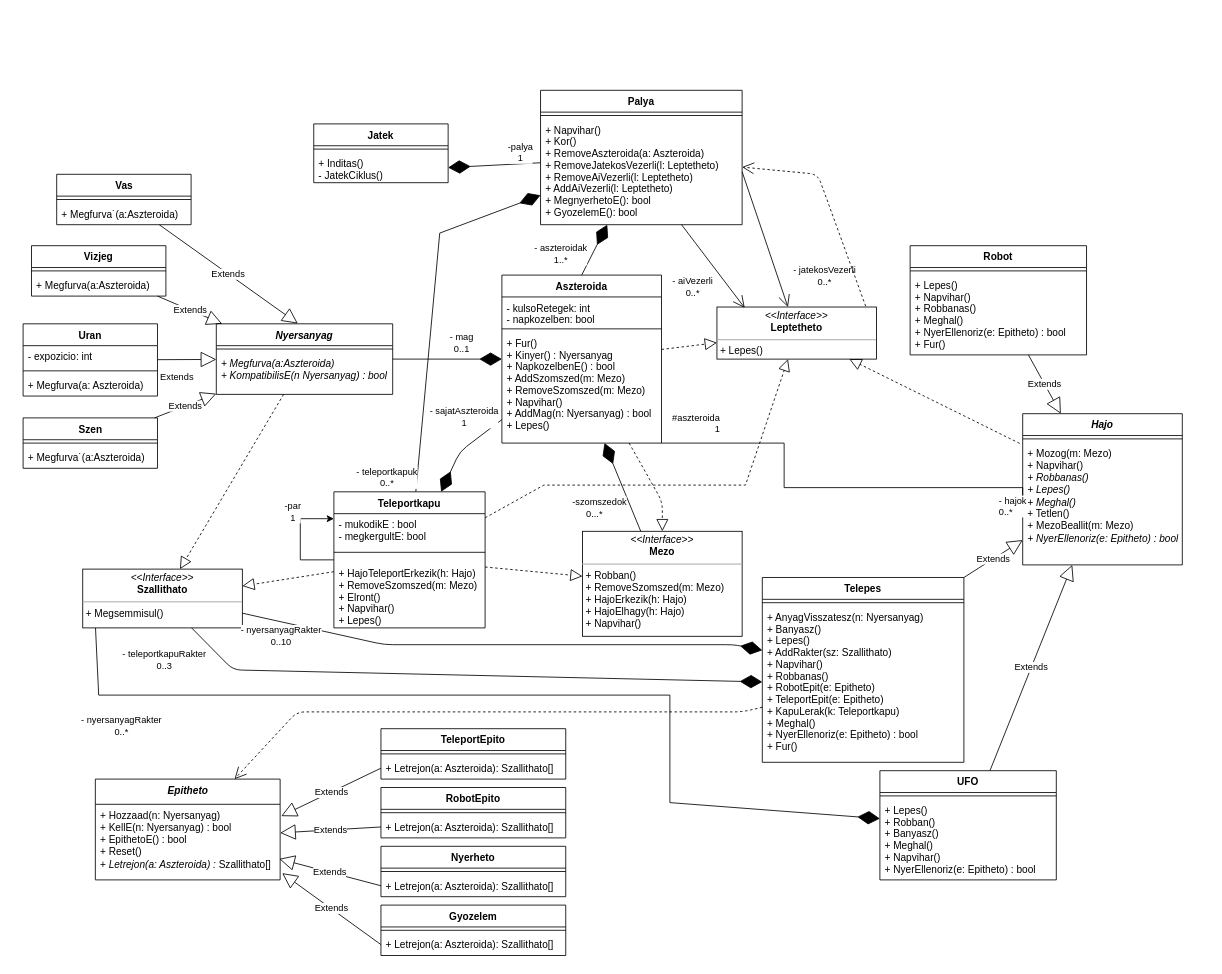
torpeBoiGo/aszteroidabanyaszat keeps this draw.io diagram as doc/class.drawio. Above is the earlier version. Source tidied: cells renumbered, new cells numbered last; positions are measured from the earlier drawing's top-left corner, leaving out a move shared by most shapes. Both pictures are drawn from the tidied source at 84%, with x=0, y=0 at pixel (23, 90).
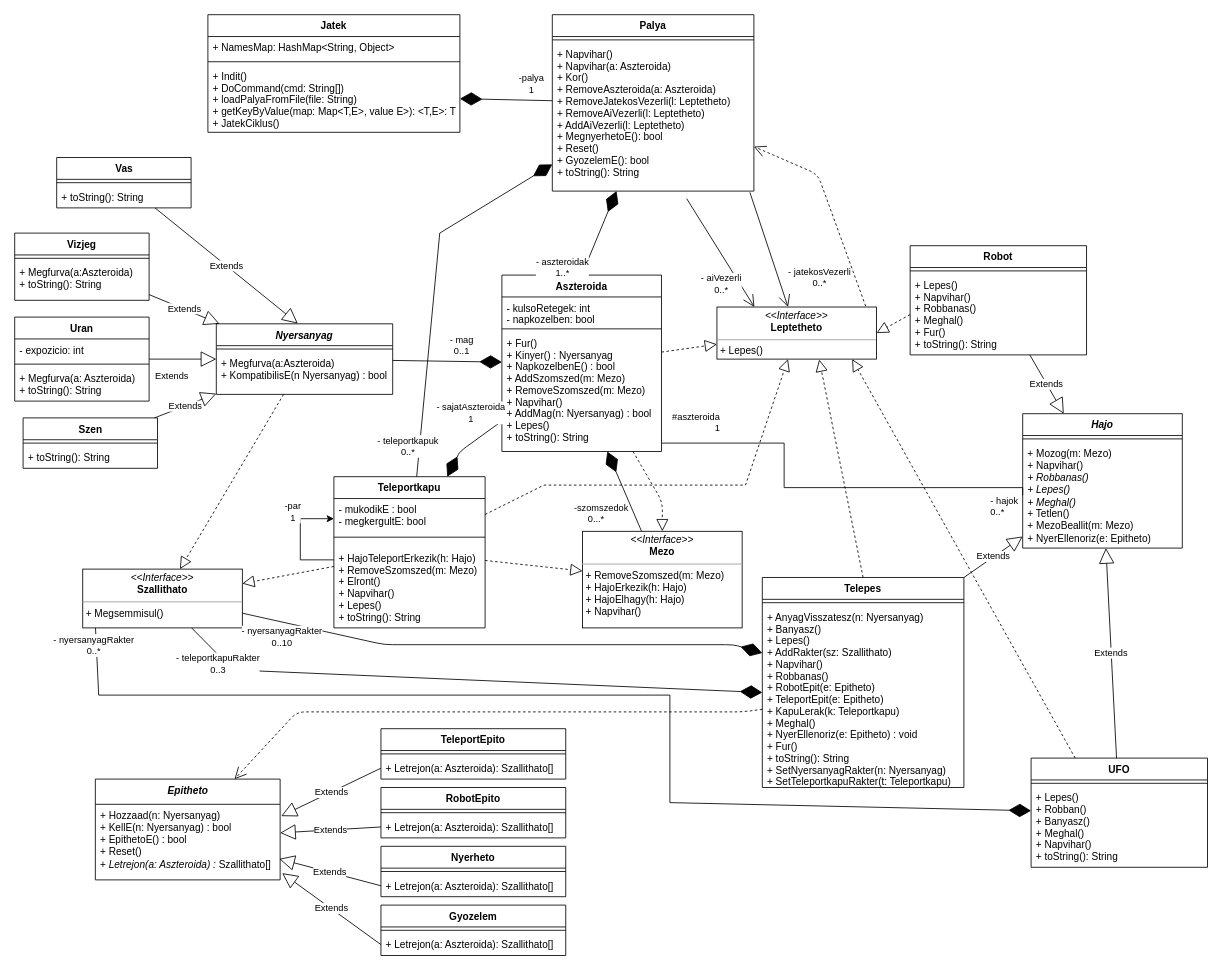
Above is the later version.

Commit message:
Update class.drawio: jatek update, nyerellenoriz void, leptethetot nem hajo valositja meg

The change refers to these unchanged cells:
```xml
<mxCell id="8" value="&lt;p style=&quot;margin: 0px ; margin-top: 4px ; text-align: center&quot;&gt;&lt;i&gt;&amp;lt;&amp;lt;Interface&amp;gt;&amp;gt;&lt;/i&gt;&lt;br&gt;&lt;b&gt;Leptetheto&lt;/b&gt;&lt;/p&gt;&lt;hr size=&quot;1&quot;&gt;&lt;p style=&quot;margin: 0px ; margin-left: 4px&quot;&gt;+ Lepes()&lt;/p&gt;" style="verticalAlign=top;align=left;overflow=fill;fontSize=12;fontFamily=Helvetica;html=1;" parent="1" vertex="1">
  <mxGeometry x="826" y="258" width="190" height="62" as="geometry" />
</mxCell>
<mxCell id="13" value="Robot" style="swimlane;fontStyle=1;align=center;verticalAlign=top;horizontal=1;startSize=26;" parent="1" vertex="1">
  <mxGeometry x="1056" y="185" width="210" height="130" as="geometry" />
</mxCell>
<mxCell id="22" value="Nyersanyag" style="swimlane;fontStyle=3;align=center;verticalAlign=top;horizontal=1;startSize=26;" parent="1" vertex="1">
  <mxGeometry x="230" y="278" width="210" height="84" as="geometry" />
</mxCell>
<mxCell id="46" style="endArrow=diamondThin;endFill=1;endSize=24;html=1;exitX=0.5;exitY=0;exitDx=0;exitDy=0;" parent="1" edge="1" source="9" target="5">
  <mxGeometry relative="1" as="geometry" />
</mxCell>
<mxCell id="48" style="endArrow=none;html=1;edgeStyle=orthogonalEdgeStyle;entryX=0;entryY=0.5;entryDx=0;entryDy=0;rounded=0;" parent="1" edge="1" source="9" target="21">
  <mxGeometry relative="1" as="geometry">
    <Array as="points">
      <mxPoint x="906" y="420" />
      <mxPoint x="906" y="473" />
    </Array>
  </mxGeometry>
</mxCell>
<mxCell id="51" value="Szen" style="swimlane;fontStyle=1;align=center;verticalAlign=top;horizontal=1;startSize=26;html=1;" parent="1" vertex="1">
  <mxGeometry y="390" width="160" height="60" as="geometry" />
</mxCell>
<mxCell id="92" style="endArrow=diamondThin;endFill=1;endSize=24;html=1;" parent="1" edge="1" source="30" target="18">
  <mxGeometry relative="1" as="geometry">
    <Array as="points">
      <mxPoint x="250" y="690" />
    </Array>
  </mxGeometry>
</mxCell>
<mxCell id="102" style="endArrow=diamondThin;endFill=1;endSize=24;html=1;rounded=0;exitX=0.08;exitY=1.002;exitDx=0;exitDy=0;exitPerimeter=0;" parent="1" edge="1" source="30" target="98">
  <mxGeometry relative="1" as="geometry">
    <Array as="points">
      <mxPoint x="90" y="720" />
      <mxPoint x="770" y="720" />
      <mxPoint x="770" y="848" />
    </Array>
  </mxGeometry>
</mxCell>
<mxCell id="104" style="endArrow=diamondThin;endFill=1;endSize=24;html=1;rounded=0;" parent="1" edge="1" source="25" target="5">
  <mxGeometry relative="1" as="geometry">
    <Array as="points">
      <mxPoint x="496" y="170" />
    </Array>
  </mxGeometry>
</mxCell>
```

Change to the diagram source:
```diff
@@
     <mxCell id="2" value="Jatek" style="swimlane;fontStyle=1;align=center;verticalAlign=top;horizontal=1;startSize=26;" parent="1" vertex="1">
-      <mxGeometry x="346" y="40" width="160" height="70" as="geometry" />
+      <mxGeometry x="220" y="-90" width="300" height="140" as="geometry" />
     </mxCell>
+    <mxCell id="108" value="+ NamesMap: HashMap&lt;String, Object&gt;" style="text;strokeColor=none;fillColor=none;align=left;verticalAlign=top;spacingLeft=4;spacingRight=4;overflow=hidden;" parent="2" vertex="1">
+      <mxGeometry y="26" width="300" height="26" as="geometry" />
+    </mxCell>
     <mxCell id="3" style="line;strokeWidth=1;fillColor=none;align=left;verticalAlign=middle;spacingTop=-1;spacingLeft=3;spacingRight=3;labelPosition=right;" parent="2" vertex="1">
-      <mxGeometry y="26" width="160" height="8" as="geometry" />
+      <mxGeometry y="52" width="300" height="8" as="geometry" />
     </mxCell>
-    <mxCell id="4" value="+ Inditas()&#10;- JatekCiklus()" style="text;strokeColor=none;fillColor=none;align=left;verticalAlign=top;spacingLeft=4;spacingRight=4;overflow=hidden;points=[[0,0.5],[1,0.5]];portConstraint=eastwest;" parent="2" vertex="1">
-      <mxGeometry y="34" width="160" height="36" as="geometry" />
+    <mxCell id="4" value="+ Indit()&#10;+ DoCommand(cmd: String[])&#10;+ loadPalyaFromFile(file: String)&#10;+ getKeyByValue(map: Map&lt;T,E&gt;, value E&gt;): &lt;T,E&gt;: T &#10;+ JatekCiklus()" style="text;strokeColor=none;fillColor=none;align=left;verticalAlign=top;spacingLeft=4;spacingRight=4;overflow=hidden;points=[[0,0.5],[1,0.5]];portConstraint=eastwest;" parent="2" vertex="1">
+      <mxGeometry y="60" width="300" height="80" as="geometry" />
     </mxCell>
     <mxCell id="5" value="Palya" style="swimlane;fontStyle=1;align=center;verticalAlign=top;horizontal=1;startSize=26;" parent="1" vertex="1">
-      <mxGeometry x="616" width="240" height="160" as="geometry" />
+      <mxGeometry x="630" y="-90" width="240" height="210" as="geometry" />
     </mxCell>
@@
-    <mxCell id="7" value="+ Napvihar()&#10;+ Kor()&#10;+ RemoveAszteroida(a: Aszteroida)&#10;+ RemoveJatekosVezerli(l: Leptetheto)&#10;+ RemoveAiVezerli(l: Leptetheto)&#10;+ AddAiVezerli(l: Leptetheto)&#10;+ MegnyerhetoE(): bool&#10;+ GyozelemE(): bool&#10;" style="text;strokeColor=none;fillColor=none;align=left;verticalAlign=top;spacingLeft=4;spacingRight=4;overflow=hidden;points=[[0,0.5],[1,0.5]];portConstraint=eastwest;" parent="5" vertex="1">
-      <mxGeometry y="34" width="240" height="126" as="geometry" />
+    <mxCell id="7" value="+ Napvihar()&#10;+ Napvihar(a: Aszteroida)&#10;+ Kor()&#10;+ RemoveAszteroida(a: Aszteroida)&#10;+ RemoveJatekosVezerli(l: Leptetheto)&#10;+ RemoveAiVezerli(l: Leptetheto)&#10;+ AddAiVezerli(l: Leptetheto)&#10;+ MegnyerhetoE(): bool&#10;+ Reset()&#10;+ GyozelemE(): bool&#10;+ toString(): String&#10;" style="text;strokeColor=none;fillColor=none;align=left;verticalAlign=top;spacingLeft=4;spacingRight=4;overflow=hidden;points=[[0,0.5],[1,0.5]];portConstraint=eastwest;" parent="5" vertex="1">
+      <mxGeometry y="34" width="240" height="176" as="geometry" />
     </mxCell>
@@
     <mxCell id="9" value="Aszteroida" style="swimlane;fontStyle=1;align=center;verticalAlign=top;horizontal=1;startSize=26;" parent="1" vertex="1">
-      <mxGeometry x="570" y="220" width="190" height="200" as="geometry" />
+      <mxGeometry x="570" y="220" width="190" height="210" as="geometry" />
     </mxCell>
@@
-    <mxCell id="12" value="+ Fur()&#10;+ Kinyer() : Nyersanyag&#10;+ NapkozelbenE() : bool&#10;+ AddSzomszed(m: Mezo)&#10;+ RemoveSzomszed(m: Mezo)&#10;+ Napvihar()&#10;+ AddMag(n: Nyersanyag) : bool&#10;+ Lepes()" style="text;strokeColor=none;fillColor=none;align=left;verticalAlign=top;spacingLeft=4;spacingRight=4;overflow=hidden;points=[[0,0.5],[1,0.5]];portConstraint=eastwest;" parent="9" vertex="1">
-      <mxGeometry y="68" width="190" height="132" as="geometry" />
+    <mxCell id="12" value="+ Fur()&#10;+ Kinyer() : Nyersanyag&#10;+ NapkozelbenE() : bool&#10;+ AddSzomszed(m: Mezo)&#10;+ RemoveSzomszed(m: Mezo)&#10;+ Napvihar()&#10;+ AddMag(n: Nyersanyag) : bool&#10;+ Lepes()&#10;+ toString(): String" style="text;strokeColor=none;fillColor=none;align=left;verticalAlign=top;spacingLeft=4;spacingRight=4;overflow=hidden;points=[[0,0.5],[1,0.5]];portConstraint=eastwest;" parent="9" vertex="1">
+      <mxGeometry y="68" width="190" height="142" as="geometry" />
     </mxCell>
@@
-    <mxCell id="15" value="+ Lepes()&#10;+ Napvihar()&#10;+ Robbanas()&#10;+ Meghal()&#10;+ NyerEllenoriz(e: Epitheto) : bool&#10;+ Fur()" style="text;strokeColor=none;fillColor=none;align=left;verticalAlign=top;spacingLeft=4;spacingRight=4;overflow=hidden;points=[[0,0.5],[1,0.5]];portConstraint=eastwest;fontStyle=0;" parent="13" vertex="1">
+    <mxCell id="15" value="+ Lepes()&#10;+ Napvihar()&#10;+ Robbanas()&#10;+ Meghal()&#10;+ Fur()&#10;+ toString(): String" style="text;strokeColor=none;fillColor=none;align=left;verticalAlign=top;spacingLeft=4;spacingRight=4;overflow=hidden;points=[[0,0.5],[1,0.5]];portConstraint=eastwest;fontStyle=0;" parent="13" vertex="1">
       <mxGeometry y="34" width="210" height="96" as="geometry" />
     </mxCell>
     <mxCell id="16" value="Telepes" style="swimlane;fontStyle=1;align=center;verticalAlign=top;horizontal=1;startSize=26;" parent="1" vertex="1">
-      <mxGeometry x="880" y="580" width="240" height="220" as="geometry" />
+      <mxGeometry x="880" y="580" width="240" height="250" as="geometry" />
     </mxCell>
@@
-    <mxCell id="18" value="+ AnyagVisszatesz(n: Nyersanyag)&#10;+ Banyasz()&#10;+ Lepes()&#10;+ AddRakter(sz: Szallithato)&#10;+ Napvihar()&#10;+ Robbanas()&#10;+ RobotEpit(e: Epitheto)&#10;+ TeleportEpit(e: Epitheto)&#10;+ KapuLerak(k: Teleportkapu)&#10;+ Meghal()&#10;+ NyerEllenoriz(e: Epitheto) : bool&#10;+ Fur()" style="text;strokeColor=none;fillColor=none;align=left;verticalAlign=top;spacingLeft=4;spacingRight=4;overflow=hidden;points=[[0,0.5],[1,0.5]];portConstraint=eastwest;fontStyle=0;" parent="16" vertex="1">
-      <mxGeometry y="34" width="240" height="186" as="geometry" />
+    <mxCell id="18" value="+ AnyagVisszatesz(n: Nyersanyag)&#10;+ Banyasz()&#10;+ Lepes()&#10;+ AddRakter(sz: Szallithato)&#10;+ Napvihar()&#10;+ Robbanas()&#10;+ RobotEpit(e: Epitheto)&#10;+ TeleportEpit(e: Epitheto)&#10;+ KapuLerak(k: Teleportkapu)&#10;+ Meghal()&#10;+ NyerEllenoriz(e: Epitheto) : void&#10;+ Fur()&#10;+ toString(): String&#10;+ SetNyersanyagRakter(n: Nyersanyag)&#10;+ SetTeleportkapuRakter(t: Teleportkapu)" style="text;strokeColor=none;fillColor=none;align=left;verticalAlign=top;spacingLeft=4;spacingRight=4;overflow=hidden;points=[[0,0.5],[1,0.5]];portConstraint=eastwest;fontStyle=0;" parent="16" vertex="1">
+      <mxGeometry y="34" width="240" height="216" as="geometry" />
     </mxCell>
     <mxCell id="19" value="Hajo" style="swimlane;fontStyle=3;align=center;verticalAlign=top;horizontal=1;startSize=26;" parent="1" vertex="1">
-      <mxGeometry x="1190" y="385" width="190" height="180" as="geometry" />
+      <mxGeometry x="1190" y="385" width="190" height="160" as="geometry" />
     </mxCell>
@@
-    <mxCell id="21" value="+ Mozog(m: Mezo)&lt;br&gt;+ Napvihar()&lt;br&gt;&lt;i&gt;+ Robbanas()&lt;br&gt;+ Lepes()&lt;br&gt;+ Meghal()&lt;/i&gt;&lt;br&gt;+ Tetlen()&lt;br&gt;+ MezoBeallit(m: Mezo)&lt;br&gt;&lt;i&gt;+ NyerEllenoriz(e: Epitheto) : bool&lt;/i&gt;" style="text;strokeColor=none;fillColor=none;align=left;verticalAlign=top;spacingLeft=4;spacingRight=4;overflow=hidden;points=[[0,0.5],[1,0.5]];portConstraint=eastwest;fontStyle=0;html=1;" parent="19" vertex="1">
-      <mxGeometry y="34" width="190" height="146" as="geometry" />
+    <mxCell id="21" value="+ Mozog(m: Mezo)&lt;br&gt;+ Napvihar()&lt;br&gt;&lt;i&gt;+ Robbanas()&lt;br&gt;+ Lepes()&lt;br&gt;+ Meghal()&lt;/i&gt;&lt;br&gt;+ Tetlen()&lt;br&gt;+ MezoBeallit(m: Mezo)&lt;br&gt;+ NyerEllenoriz(e: Epitheto)&amp;nbsp;" style="text;strokeColor=none;fillColor=none;align=left;verticalAlign=top;spacingLeft=4;spacingRight=4;overflow=hidden;points=[[0,0.5],[1,0.5]];portConstraint=eastwest;fontStyle=0;html=1;" parent="19" vertex="1">
+      <mxGeometry y="34" width="190" height="126" as="geometry" />
     </mxCell>
@@
-    <mxCell id="24" value="&lt;i&gt;+ Megfurva(a:Aszteroida)&lt;/i&gt;&lt;br&gt;&lt;i&gt;+ KompatibilisE(n Nyersanyag) : bool&lt;/i&gt;" style="text;strokeColor=none;fillColor=none;align=left;verticalAlign=top;spacingLeft=4;spacingRight=4;overflow=hidden;html=1;" parent="22" vertex="1">
+    <mxCell id="24" value="+ Megfurva(a:Aszteroida)&lt;br&gt;+ KompatibilisE(n Nyersanyag) : bool" style="text;strokeColor=none;fillColor=none;align=left;verticalAlign=top;spacingLeft=4;spacingRight=4;overflow=hidden;html=1;" parent="22" vertex="1">
       <mxGeometry y="34" width="210" height="50" as="geometry" />
     </mxCell>
     <mxCell id="25" value="Teleportkapu" style="swimlane;fontStyle=1;align=center;verticalAlign=top;horizontal=1;startSize=26;" parent="1" vertex="1">
-      <mxGeometry x="370" y="478" width="180" height="162" as="geometry" />
+      <mxGeometry x="370" y="460" width="180" height="180" as="geometry" />
     </mxCell>
@@
-    <mxCell id="28" value="+ HajoTeleportErkezik(h: Hajo)&#10;+ RemoveSzomszed(m: Mezo)&#10;+ Elront()&#10;+ Napvihar()&#10;+ Lepes()" style="text;strokeColor=none;fillColor=none;align=left;verticalAlign=top;spacingLeft=4;spacingRight=4;overflow=hidden;" parent="25" vertex="1">
-      <mxGeometry y="84" width="180" height="78" as="geometry" />
+    <mxCell id="28" value="+ HajoTeleportErkezik(h: Hajo)&#10;+ RemoveSzomszed(m: Mezo)&#10;+ Elront()&#10;+ Napvihar()&#10;+ Lepes()&#10;+ toString(): String" style="text;strokeColor=none;fillColor=none;align=left;verticalAlign=top;spacingLeft=4;spacingRight=4;overflow=hidden;" parent="25" vertex="1">
+      <mxGeometry y="84" width="180" height="96" as="geometry" />
     </mxCell>
-    <mxCell id="29" value="&lt;p style=&quot;margin: 0px ; margin-top: 4px ; text-align: center&quot;&gt;&lt;i&gt;&amp;lt;&amp;lt;Interface&amp;gt;&amp;gt;&lt;/i&gt;&lt;br&gt;&lt;b&gt;Mezo&lt;/b&gt;&lt;/p&gt;&lt;hr size=&quot;1&quot;&gt;&lt;p style=&quot;margin: 0px ; margin-left: 4px&quot;&gt;+ Robban()&lt;/p&gt;&lt;p style=&quot;margin: 0px ; margin-left: 4px&quot;&gt;+ RemoveSzomszed(m: Mezo)&lt;/p&gt;&lt;p style=&quot;margin: 0px ; margin-left: 4px&quot;&gt;+ HajoErkezik(h: Hajo)&lt;/p&gt;&lt;p style=&quot;margin: 0px ; margin-left: 4px&quot;&gt;+ HajoElhagy(h: Hajo)&lt;/p&gt;&lt;p style=&quot;margin: 0px ; margin-left: 4px&quot;&gt;+ Napvihar()&lt;br&gt;&lt;/p&gt;" style="verticalAlign=top;align=left;overflow=fill;fontSize=12;fontFamily=Helvetica;html=1;" parent="1" vertex="1">
-      <mxGeometry x="666" y="525" width="190" height="125" as="geometry" />
+    <mxCell id="29" value="&lt;p style=&quot;margin: 0px ; margin-top: 4px ; text-align: center&quot;&gt;&lt;i&gt;&amp;lt;&amp;lt;Interface&amp;gt;&amp;gt;&lt;/i&gt;&lt;br&gt;&lt;b&gt;Mezo&lt;/b&gt;&lt;/p&gt;&lt;hr size=&quot;1&quot;&gt;&lt;p style=&quot;margin: 0px ; margin-left: 4px&quot;&gt;&lt;span&gt;+ RemoveSzomszed(m: Mezo)&lt;/span&gt;&lt;br&gt;&lt;/p&gt;&lt;p style=&quot;margin: 0px ; margin-left: 4px&quot;&gt;+ HajoErkezik(h: Hajo)&lt;/p&gt;&lt;p style=&quot;margin: 0px ; margin-left: 4px&quot;&gt;+ HajoElhagy(h: Hajo)&lt;/p&gt;&lt;p style=&quot;margin: 0px ; margin-left: 4px&quot;&gt;+ Napvihar()&lt;br&gt;&lt;/p&gt;" style="verticalAlign=top;align=left;overflow=fill;fontSize=12;fontFamily=Helvetica;html=1;" parent="1" vertex="1">
+      <mxGeometry x="666" y="525" width="190" height="115" as="geometry" />
     </mxCell>
@@
-    <mxCell id="33" style="endArrow=block;dashed=1;endFill=0;endSize=12;html=1;exitX=-0.019;exitY=0.009;exitDx=0;exitDy=0;exitPerimeter=0;" parent="1" edge="1" source="21" target="8">
-      <mxGeometry relative="1" as="geometry" />
-    </mxCell>
@@
     <mxCell id="47" value="- aszteroidak&lt;br&gt;1..*" style="edgeLabel;html=1;align=center;verticalAlign=middle;" parent="46" vertex="1">
       <mxGeometry x="0.45" y="1" relative="1" as="geometry">
-        <mxPoint x="-46.8" y="18.5" as="offset" />
+        <mxPoint x="-52" y="63" as="offset" />
       </mxGeometry>
     </mxCell>
@@
     <mxCell id="49" value="- hajok&lt;br&gt;0..*" style="edgeLabel;html=1;align=left;verticalAlign=bottom;" parent="48" vertex="1">
       <mxGeometry x="-1" relative="1" as="geometry">
-        <mxPoint x="400" y="90" as="offset" />
+        <mxPoint x="390" y="90" as="offset" />
       </mxGeometry>
     </mxCell>
     <mxCell id="50" value="#aszteroida&lt;br&gt;1" style="edgeLabel;html=1;align=right;verticalAlign=bottom;" parent="48" vertex="1">
       <mxGeometry x="1" relative="1" as="geometry">
-        <mxPoint x="-360" y="-81.4" as="offset" />
+        <mxPoint x="-360" y="-72" as="offset" />
       </mxGeometry>
     </mxCell>
@@
-    <mxCell id="53" value="+ Megfurva˙(a:Aszteroida)" style="text;strokeColor=none;fillColor=none;align=left;verticalAlign=top;spacingLeft=4;spacingRight=4;overflow=hidden;" parent="51" vertex="1">
+    <mxCell id="53" value="+ toString(): String" style="text;strokeColor=none;fillColor=none;align=left;verticalAlign=top;spacingLeft=4;spacingRight=4;overflow=hidden;" parent="51" vertex="1">
       <mxGeometry y="34" width="160" height="26" as="geometry" />
     </mxCell>
@@
     <mxCell id="58" value="Vizjeg" style="swimlane;fontStyle=1;align=center;verticalAlign=top;horizontal=1;startSize=26;" parent="1" vertex="1">
-      <mxGeometry x="10" y="185" width="160" height="60" as="geometry" />
+      <mxGeometry x="-10" y="170" width="160" height="80" as="geometry" />
     </mxCell>
@@
-    <mxCell id="60" value="+ Megfurva(a:Aszteroida)&#10;" style="text;strokeColor=none;fillColor=none;align=left;verticalAlign=top;spacingLeft=4;spacingRight=4;overflow=hidden;" parent="58" vertex="1">
-      <mxGeometry y="34" width="160" height="26" as="geometry" />
+    <mxCell id="60" value="+ Megfurva(a:Aszteroida)&#10;+ toString(): String&#10;" style="text;strokeColor=none;fillColor=none;align=left;verticalAlign=top;spacingLeft=4;spacingRight=4;overflow=hidden;" parent="58" vertex="1">
+      <mxGeometry y="34" width="160" height="46" as="geometry" />
     </mxCell>
     <mxCell id="61" value="Vas" style="swimlane;fontStyle=1;align=center;verticalAlign=top;horizontal=1;startSize=26;html=1;" parent="1" vertex="1">
-      <mxGeometry x="40" y="100" width="160" height="60" as="geometry" />
+      <mxGeometry x="40" y="80" width="160" height="60" as="geometry" />
     </mxCell>
@@
-    <mxCell id="63" value="+ Megfurva˙(a:Aszteroida)" style="text;strokeColor=none;fillColor=none;align=left;verticalAlign=top;spacingLeft=4;spacingRight=4;overflow=hidden;" parent="61" vertex="1">
+    <mxCell id="63" value="+ toString(): String" style="text;strokeColor=none;fillColor=none;align=left;verticalAlign=top;spacingLeft=4;spacingRight=4;overflow=hidden;" parent="61" vertex="1">
       <mxGeometry y="34" width="160" height="26" as="geometry" />
     </mxCell>
@@
-    <mxCell id="87" style="endArrow=open;endFill=1;endSize=12;html=1;entryX=0.174;entryY=0.016;entryDx=0;entryDy=0;entryPerimeter=0;" parent="1" edge="1" source="7" target="8">
-      <mxGeometry relative="1" as="geometry" />
+    <mxCell id="87" style="endArrow=open;endFill=1;endSize=12;html=1;entryX=0.174;entryY=0.016;entryDx=0;entryDy=0;entryPerimeter=0;" parent="1" edge="1">
+      <mxGeometry relative="1" as="geometry">
+        <mxPoint x="790" y="129" as="sourcePoint" />
+        <mxPoint x="870.6" y="258" as="targetPoint" />
+      </mxGeometry>
     </mxCell>
     <mxCell id="88" value="- aiVezerli&lt;br&gt;0..*" style="edgeLabel;html=1;align=center;verticalAlign=middle;" parent="87" vertex="1">
       <mxGeometry x="0.44" y="-1" relative="1" as="geometry">
-        <mxPoint x="-40.9" y="1.7" as="offset" />
+        <mxPoint x="-17" y="8" as="offset" />
       </mxGeometry>
     </mxCell>
-    <mxCell id="89" style="endArrow=open;endFill=1;endSize=12;html=1;exitX=1;exitY=0.5;exitDx=0;exitDy=0;" parent="1" edge="1" source="7" target="8">
+    <mxCell id="89" style="endArrow=open;endFill=1;endSize=12;html=1;exitX=0.98;exitY=1.008;exitDx=0;exitDy=0;exitPerimeter=0;" parent="1" edge="1" source="7" target="8">
       <mxGeometry relative="1" as="geometry" />
     </mxCell>
     <mxCell id="90" value="- jatekosVezerli&lt;br&gt;0..*" style="edgeLabel;html=1;align=center;verticalAlign=middle;" parent="89" vertex="1">
       <mxGeometry x="0.2" y="1" relative="1" as="geometry">
-        <mxPoint x="64.1" y="27.1" as="offset" />
+        <mxPoint x="54" y="20" as="offset" />
       </mxGeometry>
     </mxCell>
@@
     <mxCell id="93" value="- teleportkapuRakter&lt;br&gt;0..3" style="edgeLabel;html=1;align=center;verticalAlign=middle;" parent="92" vertex="1">
       <mxGeometry x="0.89" y="-6" relative="1" as="geometry">
-        <mxPoint x="-673.6" y="-31.5" as="offset" />
+        <mxPoint x="-609" y="-39" as="offset" />
       </mxGeometry>
     </mxCell>
     <mxCell id="94" value="Uran" style="swimlane;fontStyle=1;align=center;verticalAlign=top;horizontal=1;startSize=26;" parent="1" vertex="1">
-      <mxGeometry y="278" width="160" height="86" as="geometry" />
+      <mxGeometry x="-10" y="270" width="160" height="100" as="geometry" />
     </mxCell>
@@
-    <mxCell id="97" value="+ Megfurva(a: Aszteroida)" style="text;strokeColor=none;fillColor=none;align=left;verticalAlign=top;spacingLeft=4;spacingRight=4;overflow=hidden;" parent="94" vertex="1">
-      <mxGeometry y="60" width="160" height="26" as="geometry" />
+    <mxCell id="97" value="+ Megfurva(a: Aszteroida)&#10;+ toString(): String" style="text;strokeColor=none;fillColor=none;align=left;verticalAlign=top;spacingLeft=4;spacingRight=4;overflow=hidden;" parent="94" vertex="1">
+      <mxGeometry y="60" width="160" height="40" as="geometry" />
     </mxCell>
     <mxCell id="98" value="UFO" style="swimlane;fontStyle=1;align=center;verticalAlign=top;horizontal=1;startSize=26;" parent="1" vertex="1">
-      <mxGeometry x="1020" y="810" width="210" height="130" as="geometry" />
+      <mxGeometry x="1200" y="795" width="210" height="130" as="geometry" />
     </mxCell>
@@
-    <mxCell id="100" value="+ Lepes()&#10;+ Robban()&#10;+ Banyasz()&#10;+ Meghal()&#10;+ Napvihar()&#10;+ NyerEllenoriz(e: Epitheto) : bool" style="text;strokeColor=none;fillColor=none;align=left;verticalAlign=top;spacingLeft=4;spacingRight=4;overflow=hidden;" parent="98" vertex="1">
+    <mxCell id="100" value="+ Lepes()&#10;+ Robban()&#10;+ Banyasz()&#10;+ Meghal()&#10;+ Napvihar()&#10;+ toString(): String" style="text;strokeColor=none;fillColor=none;align=left;verticalAlign=top;spacingLeft=4;spacingRight=4;overflow=hidden;" parent="98" vertex="1">
       <mxGeometry y="34" width="210" height="96" as="geometry" />
     </mxCell>
@@
     <mxCell id="103" value="- nyersanyagRakter&lt;br&gt;0..*" style="edgeLabel;html=1;align=center;verticalAlign=middle;" parent="102" vertex="1">
       <mxGeometry x="0.89" y="-6" relative="1" as="geometry">
-        <mxPoint x="-840.8" y="-111.7" as="offset" />
+        <mxPoint x="-1044" y="-202" as="offset" />
       </mxGeometry>
     </mxCell>
@@
     <mxCell id="105" value="- teleportkapuk&lt;br&gt;0..*" style="edgeLabel;html=1;align=center;verticalAlign=middle;" parent="104" vertex="1">
       <mxGeometry x="0.45" y="1" relative="1" as="geometry">
-        <mxPoint x="-70.8" y="293.7" as="offset" />
+        <mxPoint x="-67" y="272" as="offset" />
       </mxGeometry>
     </mxCell>
@@
+    <mxCell id="109" style="endArrow=block;dashed=1;endFill=0;endSize=12;html=1;entryX=1;entryY=0.5;entryDx=0;entryDy=0;exitX=0;exitY=0.5;exitDx=0;exitDy=0;" parent="1" edge="1" source="15" target="8">
+      <mxGeometry relative="1" as="geometry" />
+    </mxCell>
+    <mxCell id="110" style="endArrow=block;dashed=1;endFill=0;endSize=12;html=1;entryX=0.641;entryY=1.008;entryDx=0;entryDy=0;entryPerimeter=0;exitX=0.5;exitY=0;exitDx=0;exitDy=0;" parent="1" edge="1" source="16" target="8">
+      <mxGeometry relative="1" as="geometry" />
+    </mxCell>
+    <mxCell id="111" style="endArrow=block;dashed=1;endFill=0;endSize=12;html=1;exitX=0.25;exitY=0;exitDx=0;exitDy=0;" parent="1" edge="1" source="98">
+      <mxGeometry relative="1" as="geometry">
+        <mxPoint x="987" y="320" as="targetPoint" />
+      </mxGeometry>
+    </mxCell>
```
